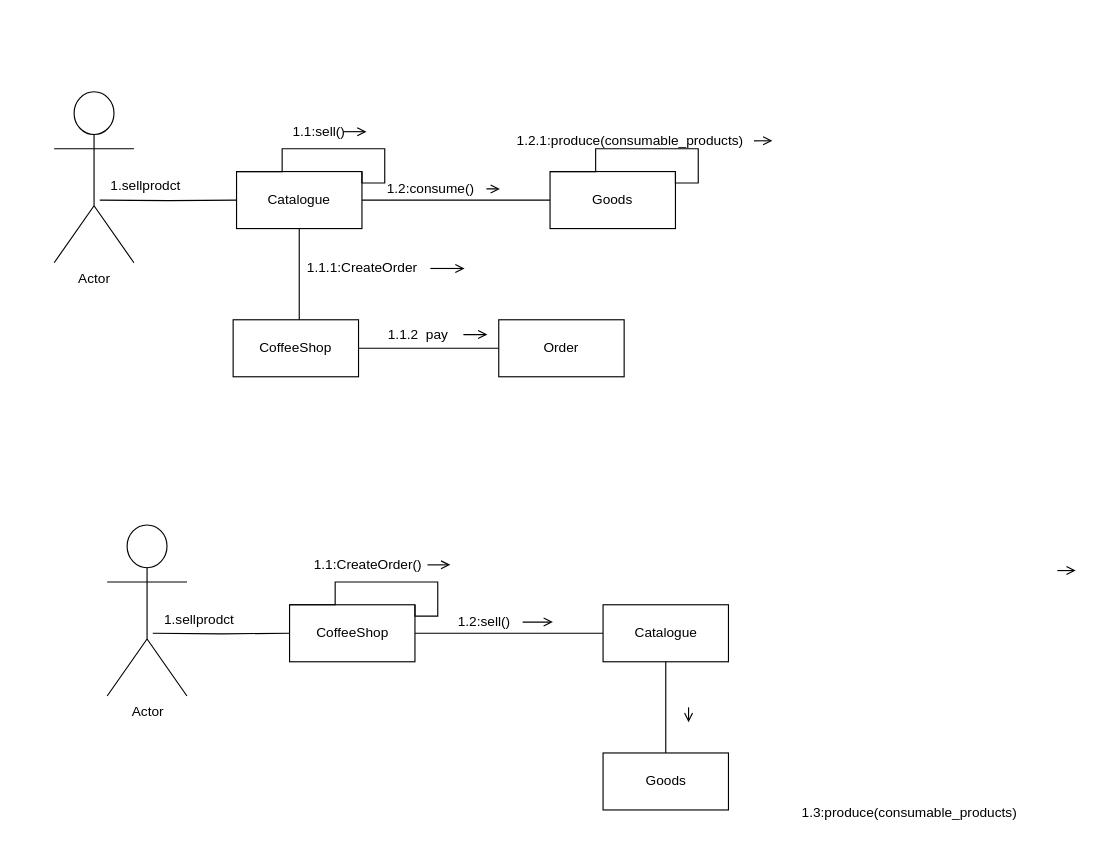
Above: page "комуникацции" (2 of 3) of Диаграмма последовательности.drawio in R3plicant/ooap_lab1 (draw.io), before the change. Source tidied: cells renumbered, new cells numbered last; positions are measured from the earlier drawing's top-left corner, leaving out a move shared by most shapes. Both pictures are drawn from the tidied source at 114%, with x=0, y=0 at pixel (54, 91).
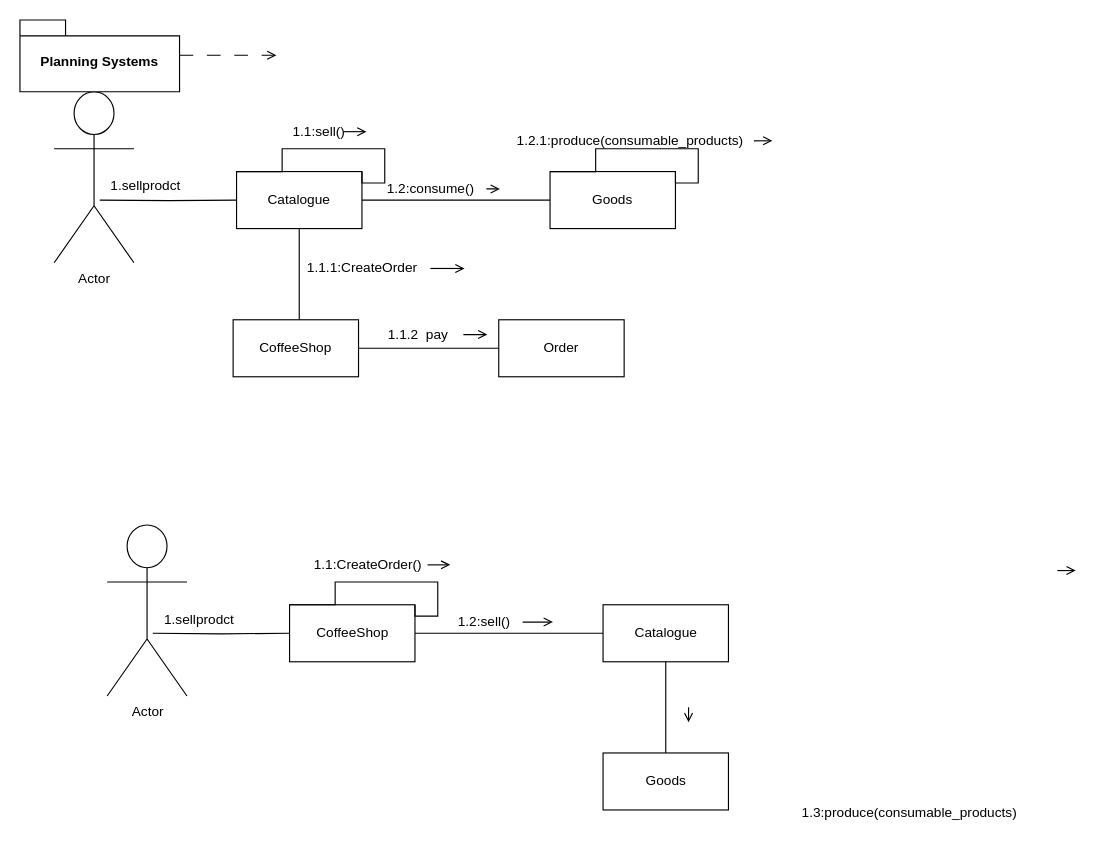
The same diagram, later.

The edit, as a diff of the source:
```diff
@@
+    <mxCell id="40" value="Planning Systems" style="shape=folder;fontStyle=1;spacingTop=10;tabWidth=40;tabHeight=14;tabPosition=left;html=1;whiteSpace=wrap;" parent="1" vertex="1">
+      <mxGeometry x="-30" y="-63" width="140" height="63" as="geometry" />
+    </mxCell>
+    <mxCell id="41" style="edgeStyle=orthogonalEdgeStyle;rounded=0;jettySize=auto;html=1;entryX=-0.022;entryY=0.547;entryDx=0;entryDy=0;entryPerimeter=0;dashed=1;dashPattern=12 12;endArrow=open;endFill=0;" parent="1" edge="1" source="40">
+      <mxGeometry relative="1" as="geometry">
+        <mxPoint x="195" y="-32" as="targetPoint" />
+      </mxGeometry>
+    </mxCell>
```
